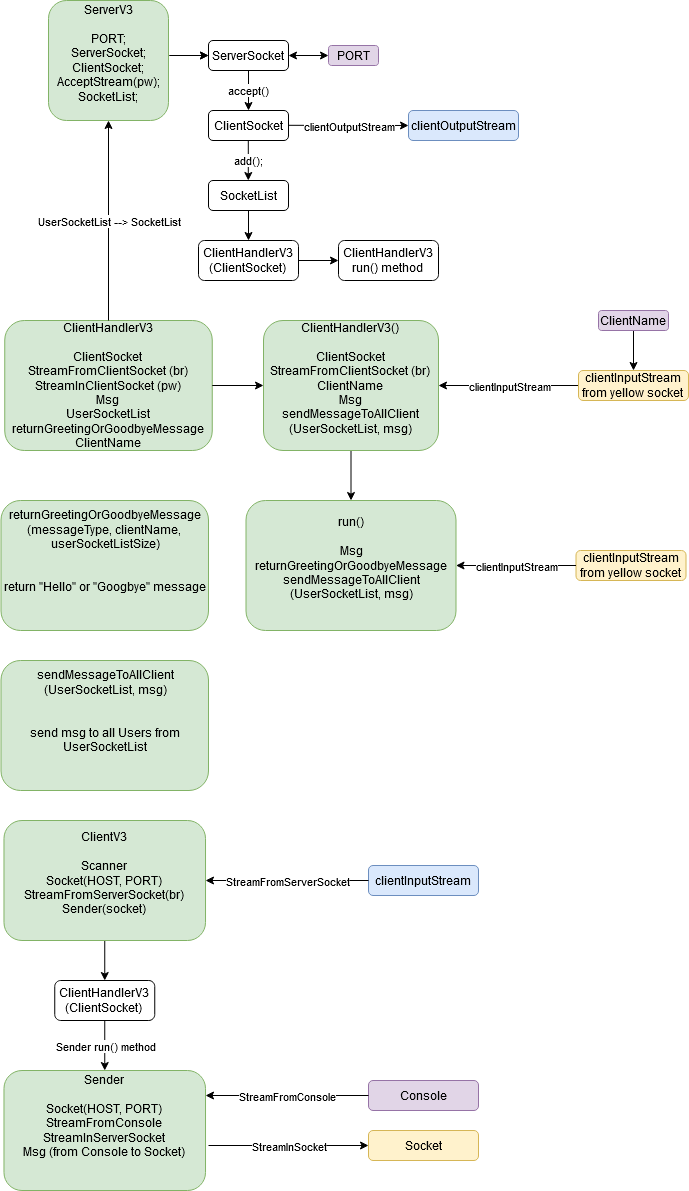
This is Workflow diagram.png from Tizor/Server_client_chat, a draw.io export, as it was before one commit. Source tidied: cells renumbered, new cells last; positions are measured from the earlier drawing's top-left corner, leaving out a move shared by most shapes. Its diagram source:
```xml
<mxGraphModel>
  <root>
    <mxCell id="0" />
    <mxCell id="1" parent="0" />
    <mxCell id="2" value="&lt;div&gt;ServerV3&lt;/div&gt;&lt;div&gt;&lt;br&gt;&lt;/div&gt;&lt;div&gt;PORT;&lt;/div&gt;&lt;div&gt;ServerSocket;&lt;/div&gt;&lt;div&gt;ClientSocket;&lt;/div&gt;&lt;div&gt;AcceptStream(pw);&lt;/div&gt;&lt;div&gt;SocketList;&lt;br&gt;&lt;/div&gt;&lt;div&gt;&lt;br&gt;&lt;/div&gt;" style="rounded=1;whiteSpace=wrap;html=1;fillColor=#d5e8d4;strokeColor=#82b366;" parent="1" vertex="1">
      <mxGeometry x="48" width="120" height="120" as="geometry" />
    </mxCell>
    <mxCell id="3" value="ServerSocket" style="rounded=1;whiteSpace=wrap;html=1;" parent="1" vertex="1">
      <mxGeometry x="208" y="40" width="80" height="30" as="geometry" />
    </mxCell>
    <mxCell id="4" style="endArrow=classic;html=1;" parent="1" edge="1">
      <mxGeometry relative="1" as="geometry">
        <mxPoint x="169" y="55" as="sourcePoint" />
        <mxPoint x="208" y="55" as="targetPoint" />
      </mxGeometry>
    </mxCell>
    <mxCell id="5" value="PORT" style="rounded=1;whiteSpace=wrap;html=1;fillColor=#e1d5e7;strokeColor=#9673a6;" parent="1" vertex="1">
      <mxGeometry x="328" y="45" width="50" height="20" as="geometry" />
    </mxCell>
    <mxCell id="6" style="endArrow=classic;html=1;" parent="1" edge="1">
      <mxGeometry relative="1" as="geometry">
        <mxPoint x="169" y="55" as="sourcePoint" />
        <mxPoint x="208" y="55" as="targetPoint" />
      </mxGeometry>
    </mxCell>
    <mxCell id="7" style="endArrow=classic;startArrow=classic;html=1;entryX=0;entryY=0.5;entryDx=0;entryDy=0;exitX=1;exitY=0.5;exitDx=0;exitDy=0;" parent="1" edge="1" source="3" target="5">
      <mxGeometry relative="1" as="geometry" />
    </mxCell>
    <mxCell id="8" value="ClientSocket" style="rounded=1;whiteSpace=wrap;html=1;" parent="1" vertex="1">
      <mxGeometry x="208" y="110" width="80" height="30" as="geometry" />
    </mxCell>
    <mxCell id="9" value="accept()" style="endArrow=classic;html=1;exitX=0.5;exitY=1;exitDx=0;exitDy=0;" parent="1" edge="1" source="3" target="8">
      <mxGeometry relative="1" as="geometry" />
    </mxCell>
    <mxCell id="10" style="endArrow=classic;html=1;" parent="1" edge="1">
      <mxGeometry relative="1" as="geometry">
        <mxPoint x="288" y="124.8" as="sourcePoint" />
        <mxPoint x="408" y="125" as="targetPoint" />
      </mxGeometry>
    </mxCell>
    <mxCell id="11" value="clientOutputStream" style="edgeLabel;html=1;align=center;verticalAlign=middle;" parent="10" vertex="1">
      <mxGeometry relative="1" as="geometry" />
    </mxCell>
    <mxCell id="12" value="clientOutputStream" style="rounded=1;whiteSpace=wrap;html=1;fillColor=#dae8fc;strokeColor=#6c8ebf;" parent="1" vertex="1">
      <mxGeometry x="408" y="110" width="110" height="30" as="geometry" />
    </mxCell>
    <mxCell id="13" value="add();" style="endArrow=classic;html=1;exitX=0.5;exitY=1;exitDx=0;exitDy=0;" parent="1" edge="1">
      <mxGeometry relative="1" as="geometry">
        <mxPoint x="247.8" y="140" as="sourcePoint" />
        <mxPoint x="247.8" y="180" as="targetPoint" />
      </mxGeometry>
    </mxCell>
    <mxCell id="14" value="SocketList" style="rounded=1;whiteSpace=wrap;html=1;" parent="1" vertex="1">
      <mxGeometry x="208" y="180" width="80" height="30" as="geometry" />
    </mxCell>
    <mxCell id="15" style="endArrow=classic;html=1;exitX=0.5;exitY=1;exitDx=0;exitDy=0;" parent="1" edge="1" source="14">
      <mxGeometry relative="1" as="geometry">
        <mxPoint x="248" y="240" as="targetPoint" />
      </mxGeometry>
    </mxCell>
    <mxCell id="16" value="&lt;div&gt;ClientHandlerV3&lt;/div&gt;&lt;div&gt;(ClientSocket)&lt;br&gt;&lt;/div&gt;" style="rounded=1;whiteSpace=wrap;html=1;" parent="1" vertex="1">
      <mxGeometry x="198" y="240" width="100" height="40" as="geometry" />
    </mxCell>
    <mxCell id="17" value="&lt;div&gt;ClientHandlerV3&lt;/div&gt;&lt;div&gt;&lt;br&gt;&lt;/div&gt;&lt;div&gt;ClientSocket&lt;/div&gt;&lt;div&gt;StreamFromClientSocket (br)&lt;br&gt;&lt;/div&gt;&lt;div&gt;StreamInClientSocket (pw)&lt;br&gt;&lt;/div&gt;&lt;div&gt;Msg&lt;br&gt;UserSocketList&lt;/div&gt;&lt;div&gt;returnGreetingOrGoodbyeMessage&lt;br&gt;&lt;/div&gt;&lt;div&gt;ClientName&lt;br&gt;&lt;/div&gt;" style="rounded=1;whiteSpace=wrap;html=1;fillColor=#d5e8d4;strokeColor=#82b366;" parent="1" vertex="1">
      <mxGeometry x="4.2" y="320" width="207.5" height="130" as="geometry" />
    </mxCell>
    <mxCell id="18" style="endArrow=classic;html=1;" parent="1" edge="1">
      <mxGeometry relative="1" as="geometry">
        <mxPoint x="298" y="260" as="sourcePoint" />
        <mxPoint x="338" y="260" as="targetPoint" />
      </mxGeometry>
    </mxCell>
    <mxCell id="19" value="&lt;div&gt;ClientHandlerV3&lt;/div&gt;&lt;div&gt;run() method&lt;br&gt;&lt;/div&gt;" style="rounded=1;whiteSpace=wrap;html=1;" parent="1" vertex="1">
      <mxGeometry x="338" y="240" width="100" height="40" as="geometry" />
    </mxCell>
    <mxCell id="20" style="endArrow=classic;html=1;exitX=0.5;exitY=0;exitDx=0;exitDy=0;entryX=0.5;entryY=1;entryDx=0;entryDy=0;" parent="1" edge="1" source="17" target="2">
      <mxGeometry relative="1" as="geometry" />
    </mxCell>
    <mxCell id="21" value="UserSocketList --&amp;gt; SocketList" style="edgeLabel;html=1;align=center;verticalAlign=middle;" parent="20" vertex="1">
      <mxGeometry relative="1" as="geometry" />
    </mxCell>
    <mxCell id="22" style="edgeStyle=orthogonalEdgeStyle;rounded=0;jettySize=auto;html=1;entryX=0.5;entryY=0;entryDx=0;entryDy=0;" parent="1" edge="1" source="23" target="27">
      <mxGeometry relative="1" as="geometry" />
    </mxCell>
    <mxCell id="23" value="&lt;div&gt;ClientHandlerV3()&lt;/div&gt;&lt;div&gt;&lt;br&gt;&lt;/div&gt;&lt;div&gt;ClientSocket&lt;/div&gt;&lt;div&gt;StreamFromClientSocket (br)&lt;br&gt;&lt;/div&gt;&lt;div&gt;ClientName&lt;/div&gt;&lt;div&gt;Msg&lt;/div&gt;&lt;div&gt;sendMessageToAllClient&lt;/div&gt;&lt;div&gt;(UserSocketList, msg)&lt;br&gt;&lt;br&gt;&lt;/div&gt;" style="rounded=1;whiteSpace=wrap;html=1;fillColor=#d5e8d4;strokeColor=#82b366;" parent="1" vertex="1">
      <mxGeometry x="263" y="320" width="175" height="130" as="geometry" />
    </mxCell>
    <mxCell id="24" style="endArrow=classic;html=1;exitX=1;exitY=0.5;exitDx=0;exitDy=0;" parent="1" edge="1" source="17" target="23">
      <mxGeometry relative="1" as="geometry" />
    </mxCell>
    <mxCell id="25" style="edgeStyle=orthogonalEdgeStyle;rounded=0;jettySize=auto;html=1;entryX=0.5;entryY=0;entryDx=0;entryDy=0;" parent="1" edge="1" source="26">
      <mxGeometry relative="1" as="geometry">
        <mxPoint x="633" y="370" as="targetPoint" />
      </mxGeometry>
    </mxCell>
    <mxCell id="26" value="ClientName" style="rounded=1;whiteSpace=wrap;html=1;fillColor=#e1d5e7;strokeColor=#9673a6;" parent="1" vertex="1">
      <mxGeometry x="598" y="310" width="70" height="20" as="geometry" />
    </mxCell>
    <mxCell id="27" value="&lt;div&gt;run()&lt;/div&gt;&lt;div&gt;&lt;br&gt;&lt;/div&gt;&lt;div&gt;Msg&lt;/div&gt;&lt;div&gt;returnGreetingOrGoodbyeMessage&lt;/div&gt;&lt;div&gt;&lt;div&gt;sendMessageToAllClient&lt;/div&gt;(UserSocketList, msg)&lt;/div&gt;&lt;div&gt;&lt;br&gt;&lt;/div&gt;" style="rounded=1;whiteSpace=wrap;html=1;fillColor=#d5e8d4;strokeColor=#82b366;" parent="1" vertex="1">
      <mxGeometry x="245.5" y="500" width="210" height="130" as="geometry" />
    </mxCell>
    <mxCell id="28" value="&lt;div&gt;clientInputStream&lt;/div&gt;&lt;div&gt;from yellow socket&lt;br&gt;&lt;/div&gt;" style="rounded=1;whiteSpace=wrap;html=1;fillColor=#fff2cc;strokeColor=#d6b656;" parent="1" vertex="1">
      <mxGeometry x="575.5" y="550" width="110" height="30" as="geometry" />
    </mxCell>
    <mxCell id="29" style="endArrow=classic;html=1;exitX=0;exitY=0.5;exitDx=0;exitDy=0;entryX=1;entryY=0.5;entryDx=0;entryDy=0;" parent="1" edge="1" source="28">
      <mxGeometry relative="1" as="geometry">
        <mxPoint x="455.5" y="565" as="targetPoint" />
      </mxGeometry>
    </mxCell>
    <mxCell id="30" value="clientInputStream" style="edgeLabel;html=1;align=center;verticalAlign=middle;" parent="29" vertex="1">
      <mxGeometry relative="1" as="geometry" />
    </mxCell>
    <mxCell id="31" style="endArrow=classic;html=1;exitX=0;exitY=0.5;exitDx=0;exitDy=0;entryX=1;entryY=0.5;entryDx=0;entryDy=0;" parent="1" edge="1">
      <mxGeometry relative="1" as="geometry">
        <mxPoint x="578" y="385" as="sourcePoint" />
        <mxPoint x="438" y="385" as="targetPoint" />
      </mxGeometry>
    </mxCell>
    <mxCell id="32" value="clientInputStream" style="edgeLabel;html=1;align=center;verticalAlign=middle;" parent="31" vertex="1">
      <mxGeometry relative="1" as="geometry" />
    </mxCell>
    <mxCell id="33" value="&lt;div&gt;&lt;br&gt;&lt;/div&gt;&lt;div&gt;returnGreetingOrGoodbyeMessage&lt;/div&gt;&lt;div&gt;(messageType, clientName,&amp;nbsp; userSocketListSize)&lt;/div&gt;&lt;div&gt;&lt;br&gt;&lt;/div&gt;&lt;div&gt;&lt;br&gt;&lt;/div&gt;&lt;div&gt;return &quot;Hello&quot; or &quot;Googbye&quot; message&lt;/div&gt;&lt;div&gt;&lt;br&gt;&lt;/div&gt;&lt;div&gt;&lt;br&gt;&lt;/div&gt;&lt;div&gt;&lt;br&gt;&lt;/div&gt;" style="rounded=1;whiteSpace=wrap;html=1;fillColor=#d5e8d4;strokeColor=#82b366;" parent="1" vertex="1">
      <mxGeometry x="0.5" y="500" width="207.5" height="130" as="geometry" />
    </mxCell>
    <mxCell id="34" value="&lt;div&gt;&lt;div&gt;&lt;br&gt;&lt;/div&gt;&lt;div&gt;sendMessageToAllClient&lt;/div&gt;(UserSocketList, msg)&lt;/div&gt;&lt;div&gt;&lt;br&gt;&lt;/div&gt;&lt;div&gt;&lt;br&gt;&lt;/div&gt;&lt;div&gt;send msg to all Users from UserSocketList&lt;br&gt;&lt;/div&gt;&lt;div&gt;&lt;br&gt;&lt;/div&gt;&lt;div&gt;&lt;br&gt;&lt;/div&gt;&lt;div&gt;&lt;br&gt;&lt;/div&gt;" style="rounded=1;whiteSpace=wrap;html=1;fillColor=#d5e8d4;strokeColor=#82b366;" parent="1" vertex="1">
      <mxGeometry x="0.5" y="660" width="207.5" height="130" as="geometry" />
    </mxCell>
    <mxCell id="35" style="edgeStyle=orthogonalEdgeStyle;rounded=0;jettySize=auto;html=1;entryX=0.5;entryY=0;entryDx=0;entryDy=0;" parent="1" edge="1" source="36" target="44">
      <mxGeometry relative="1" as="geometry" />
    </mxCell>
    <mxCell id="36" value="&lt;div&gt;ClientV3&lt;/div&gt;&lt;div&gt;&lt;br&gt;&lt;/div&gt;&lt;div&gt;Scanner&lt;br&gt;&lt;/div&gt;Socket(HOST, PORT)&lt;br&gt;&lt;div&gt;StreamFromServerSocket(br)&lt;br&gt;&lt;/div&gt;Sender(socket)&lt;br&gt;&lt;div&gt;&lt;br&gt;&lt;/div&gt;" style="rounded=1;whiteSpace=wrap;html=1;fillColor=#d5e8d4;strokeColor=#82b366;" parent="1" vertex="1">
      <mxGeometry x="3.5" y="820" width="201.6" height="120" as="geometry" />
    </mxCell>
    <mxCell id="37" value="clientInputStream" style="rounded=1;whiteSpace=wrap;html=1;fillColor=#dae8fc;strokeColor=#6c8ebf;" parent="1" vertex="1">
      <mxGeometry x="368" y="865" width="110" height="30" as="geometry" />
    </mxCell>
    <mxCell id="38" style="endArrow=classic;html=1;exitX=0;exitY=0.5;exitDx=0;exitDy=0;entryX=1;entryY=0.5;entryDx=0;entryDy=0;" parent="1" edge="1" source="37">
      <mxGeometry relative="1" as="geometry">
        <mxPoint x="205" y="880" as="targetPoint" />
      </mxGeometry>
    </mxCell>
    <mxCell id="39" value="StreamFromServerSocket" style="edgeLabel;html=1;align=center;verticalAlign=middle;" parent="38" vertex="1">
      <mxGeometry relative="1" as="geometry" />
    </mxCell>
    <mxCell id="40" value="&lt;div&gt;Sender&lt;/div&gt;&lt;div&gt;&lt;br&gt;&lt;/div&gt;Socket(HOST, PORT)&lt;br&gt;&lt;div&gt;StreamFromConsole&lt;/div&gt;&lt;div&gt;StreamInServerSocket&lt;/div&gt;&lt;div&gt;Msg (from Console to Socket)&lt;br&gt;&lt;/div&gt;&lt;br&gt;&lt;div&gt;&lt;br&gt;&lt;/div&gt;" style="rounded=1;whiteSpace=wrap;html=1;fillColor=#d5e8d4;strokeColor=#82b366;" parent="1" vertex="1">
      <mxGeometry x="3.5" y="1070" width="201.6" height="120" as="geometry" />
    </mxCell>
    <mxCell id="41" value="Console" style="rounded=1;whiteSpace=wrap;html=1;fillColor=#e1d5e7;strokeColor=#9673a6;" parent="1" vertex="1">
      <mxGeometry x="368" y="1080" width="110" height="30" as="geometry" />
    </mxCell>
    <mxCell id="42" style="endArrow=classic;html=1;exitX=0;exitY=0.5;exitDx=0;exitDy=0;entryX=1;entryY=0.5;entryDx=0;entryDy=0;" parent="1" edge="1" source="41">
      <mxGeometry relative="1" as="geometry">
        <mxPoint x="205" y="1095" as="targetPoint" />
      </mxGeometry>
    </mxCell>
    <mxCell id="43" value="StreamFromConsole" style="edgeLabel;html=1;align=center;verticalAlign=middle;" parent="42" vertex="1">
      <mxGeometry relative="1" as="geometry" />
    </mxCell>
    <mxCell id="44" value="&lt;div&gt;ClientHandlerV3&lt;/div&gt;&lt;div&gt;(ClientSocket)&lt;br&gt;&lt;/div&gt;" style="rounded=1;whiteSpace=wrap;html=1;" parent="1" vertex="1">
      <mxGeometry x="54.2" y="980" width="100" height="40" as="geometry" />
    </mxCell>
    <mxCell id="45" style="endArrow=classic;html=1;exitX=0.5;exitY=1;exitDx=0;exitDy=0;entryX=0.5;entryY=0;entryDx=0;entryDy=0;" parent="1" edge="1" source="44" target="40">
      <mxGeometry relative="1" as="geometry" />
    </mxCell>
    <mxCell id="46" value="Sender run() method" style="edgeLabel;html=1;align=center;verticalAlign=middle;" parent="45" vertex="1">
      <mxGeometry relative="1" as="geometry" />
    </mxCell>
    <mxCell id="47" value="Socket" style="rounded=1;whiteSpace=wrap;html=1;fillColor=#fff2cc;strokeColor=#d6b656;" parent="1" vertex="1">
      <mxGeometry x="368" y="1130" width="110" height="30" as="geometry" />
    </mxCell>
    <mxCell id="48" style="endArrow=classic;html=1;entryX=0;entryY=0.5;entryDx=0;entryDy=0;" parent="1" edge="1" target="47">
      <mxGeometry relative="1" as="geometry">
        <mxPoint x="208" y="1145" as="sourcePoint" />
      </mxGeometry>
    </mxCell>
    <mxCell id="49" value="&lt;div&gt;StreamInSocket&lt;/div&gt;" style="edgeLabel;html=1;align=center;verticalAlign=middle;" parent="48" vertex="1">
      <mxGeometry relative="1" as="geometry" />
    </mxCell>
    <mxCell id="50" value="&lt;div&gt;clientInputStream&lt;/div&gt;&lt;div&gt;from yellow socket&lt;br&gt;&lt;/div&gt;" style="rounded=1;whiteSpace=wrap;html=1;fillColor=#fff2cc;strokeColor=#d6b656;" parent="1" vertex="1">
      <mxGeometry x="578" y="370" width="110" height="30" as="geometry" />
    </mxCell>
  </root>
</mxGraphModel>
```
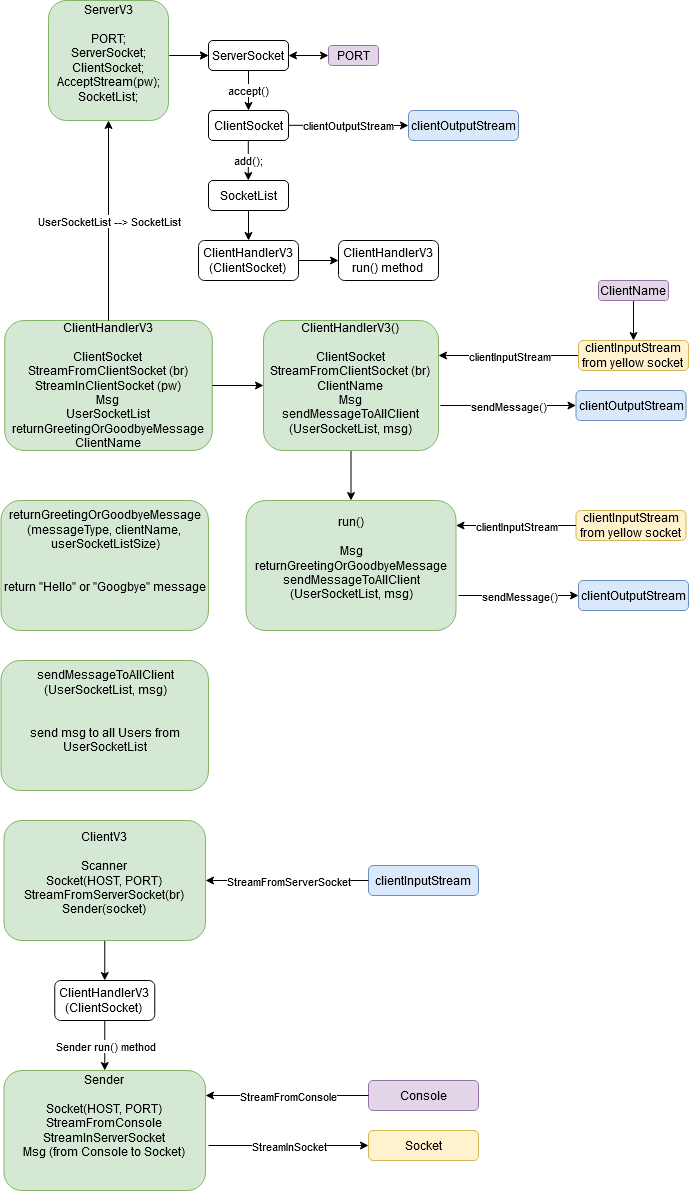
After the commit.

Commit message:
- Четвертая версия чата - - refactoring

Diff of the diagram source:
```diff
@@ -90,21 +90,21 @@
     </mxCell>
     <mxCell id="25" style="edgeStyle=orthogonalEdgeStyle;rounded=0;jettySize=auto;html=1;entryX=0.5;entryY=0;entryDx=0;entryDy=0;" parent="1" edge="1" source="26">
       <mxGeometry relative="1" as="geometry">
-        <mxPoint x="633" y="370" as="targetPoint" />
+        <mxPoint x="633" y="340" as="targetPoint" />
       </mxGeometry>
     </mxCell>
     <mxCell id="26" value="ClientName" style="rounded=1;whiteSpace=wrap;html=1;fillColor=#e1d5e7;strokeColor=#9673a6;" parent="1" vertex="1">
-      <mxGeometry x="598" y="310" width="70" height="20" as="geometry" />
+      <mxGeometry x="598" y="280" width="70" height="20" as="geometry" />
     </mxCell>
     <mxCell id="27" value="&lt;div&gt;run()&lt;/div&gt;&lt;div&gt;&lt;br&gt;&lt;/div&gt;&lt;div&gt;Msg&lt;/div&gt;&lt;div&gt;returnGreetingOrGoodbyeMessage&lt;/div&gt;&lt;div&gt;&lt;div&gt;sendMessageToAllClient&lt;/div&gt;(UserSocketList, msg)&lt;/div&gt;&lt;div&gt;&lt;br&gt;&lt;/div&gt;" style="rounded=1;whiteSpace=wrap;html=1;fillColor=#d5e8d4;strokeColor=#82b366;" parent="1" vertex="1">
       <mxGeometry x="245.5" y="500" width="210" height="130" as="geometry" />
     </mxCell>
     <mxCell id="28" value="&lt;div&gt;clientInputStream&lt;/div&gt;&lt;div&gt;from yellow socket&lt;br&gt;&lt;/div&gt;" style="rounded=1;whiteSpace=wrap;html=1;fillColor=#fff2cc;strokeColor=#d6b656;" parent="1" vertex="1">
-      <mxGeometry x="575.5" y="550" width="110" height="30" as="geometry" />
+      <mxGeometry x="575.5" y="510" width="110" height="30" as="geometry" />
     </mxCell>
     <mxCell id="29" style="endArrow=classic;html=1;exitX=0;exitY=0.5;exitDx=0;exitDy=0;entryX=1;entryY=0.5;entryDx=0;entryDy=0;" parent="1" edge="1" source="28">
       <mxGeometry relative="1" as="geometry">
-        <mxPoint x="455.5" y="565" as="targetPoint" />
+        <mxPoint x="455.5" y="525" as="targetPoint" />
       </mxGeometry>
     </mxCell>
     <mxCell id="30" value="clientInputStream" style="edgeLabel;html=1;align=center;verticalAlign=middle;" parent="29" vertex="1">
@@ -112,8 +112,8 @@
     </mxCell>
     <mxCell id="31" style="endArrow=classic;html=1;exitX=0;exitY=0.5;exitDx=0;exitDy=0;entryX=1;entryY=0.5;entryDx=0;entryDy=0;" parent="1" edge="1">
       <mxGeometry relative="1" as="geometry">
-        <mxPoint x="578" y="385" as="sourcePoint" />
-        <mxPoint x="438" y="385" as="targetPoint" />
+        <mxPoint x="578" y="355" as="sourcePoint" />
+        <mxPoint x="438" y="355" as="targetPoint" />
       </mxGeometry>
     </mxCell>
     <mxCell id="32" value="clientInputStream" style="edgeLabel;html=1;align=center;verticalAlign=middle;" parent="31" vertex="1">
@@ -177,7 +177,30 @@
       <mxGeometry relative="1" as="geometry" />
     </mxCell>
     <mxCell id="50" value="&lt;div&gt;clientInputStream&lt;/div&gt;&lt;div&gt;from yellow socket&lt;br&gt;&lt;/div&gt;" style="rounded=1;whiteSpace=wrap;html=1;fillColor=#fff2cc;strokeColor=#d6b656;" parent="1" vertex="1">
-      <mxGeometry x="578" y="370" width="110" height="30" as="geometry" />
+      <mxGeometry x="578" y="340" width="110" height="30" as="geometry" />
     </mxCell>
+    <mxCell id="51" style="endArrow=classic;html=1;entryX=0;entryY=0.5;entryDx=0;entryDy=0;" parent="1" edge="1">
+      <mxGeometry relative="1" as="geometry">
+        <mxPoint x="458" y="595" as="sourcePoint" />
+        <mxPoint x="578" y="595" as="targetPoint" />
+      </mxGeometry>
+    </mxCell>
+    <mxCell id="52" value="sendMessage()" style="edgeLabel;html=1;align=center;verticalAlign=middle;" parent="51" vertex="1">
+      <mxGeometry relative="1" as="geometry" />
+    </mxCell>
+    <mxCell id="53" value="clientOutputStream" style="rounded=1;whiteSpace=wrap;html=1;fillColor=#dae8fc;strokeColor=#6c8ebf;" parent="1" vertex="1">
+      <mxGeometry x="578" y="580" width="110" height="30" as="geometry" />
+    </mxCell>
+    <mxCell id="54" style="endArrow=classic;html=1;entryX=0;entryY=0.5;entryDx=0;entryDy=0;exitX=1.011;exitY=0.654;exitDx=0;exitDy=0;exitPerimeter=0;" parent="1" edge="1" source="23">
+      <mxGeometry relative="1" as="geometry">
+        <mxPoint x="575.5" y="405" as="targetPoint" />
+      </mxGeometry>
+    </mxCell>
+    <mxCell id="55" value="sendMessage()" style="edgeLabel;html=1;align=center;verticalAlign=middle;" parent="54" vertex="1">
+      <mxGeometry relative="1" as="geometry" />
+    </mxCell>
+    <mxCell id="56" value="clientOutputStream" style="rounded=1;whiteSpace=wrap;html=1;fillColor=#dae8fc;strokeColor=#6c8ebf;" parent="1" vertex="1">
+      <mxGeometry x="575.5" y="390" width="110" height="30" as="geometry" />
+    </mxCell>
   </root>
 </mxGraphModel>
```
